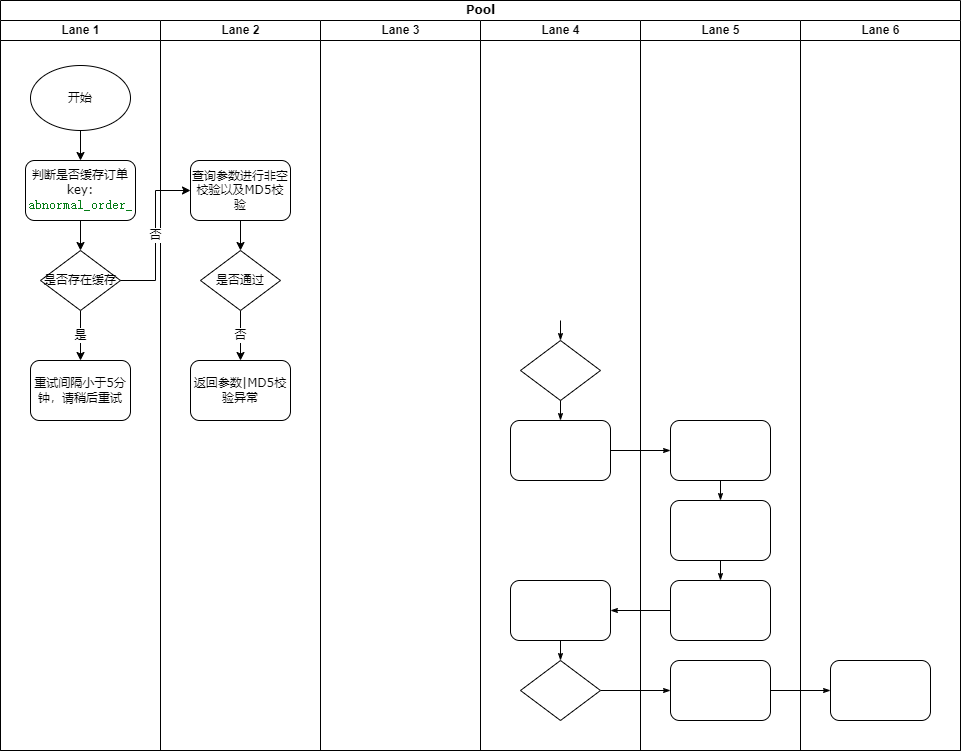
Before: 异常订单手动处理流程.drawio.png, a diagram exported from draw.io (songyibo2019/mydiagrams). Source tidied: cells renumbered, new cells last; positions are measured from the earlier drawing's top-left corner, leaving out a move shared by most shapes.
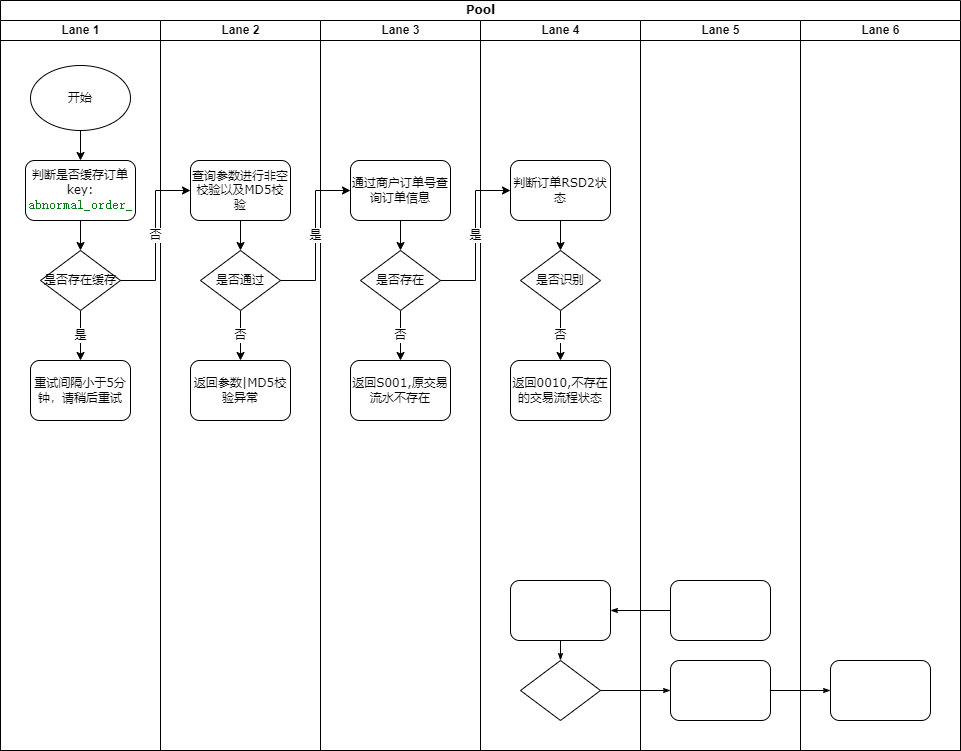
Above is the later version.

Commit message:
Update 异常订单手动处理流程.drawio.png

The edit, as a diff of the source:
```diff
@@ -11,9 +11,6 @@
     <mxCell id="4" style="edgeStyle=orthogonalEdgeStyle;rounded=1;html=1;labelBackgroundColor=none;startArrow=none;startFill=0;startSize=5;endArrow=classicThin;endFill=1;endSize=5;jettySize=auto;strokeWidth=1;fontFamily=Verdana;fontSize=8;" parent="2" edge="1" source="34" target="38">
       <mxGeometry relative="1" as="geometry" />
     </mxCell>
-    <mxCell id="5" style="edgeStyle=orthogonalEdgeStyle;rounded=1;html=1;labelBackgroundColor=none;startArrow=none;startFill=0;startSize=5;endArrow=classicThin;endFill=1;endSize=5;jettySize=auto;strokeWidth=1;fontFamily=Verdana;fontSize=8;" parent="2" edge="1" source="24" target="31">
-      <mxGeometry relative="1" as="geometry" />
-    </mxCell>
     <mxCell id="6" style="edgeStyle=orthogonalEdgeStyle;rounded=1;html=1;labelBackgroundColor=none;startArrow=none;startFill=0;startSize=5;endArrow=classicThin;endFill=1;endSize=5;jettySize=auto;strokeColor=#000000;strokeWidth=1;fontFamily=Verdana;fontSize=8;fontColor=#000000;" parent="2" edge="1" source="33" target="25">
       <mxGeometry relative="1" as="geometry" />
     </mxCell>
@@ -62,53 +59,57 @@
     <mxCell id="21" value="Lane 3" style="swimlane;html=1;startSize=20;" parent="2" vertex="1">
       <mxGeometry x="320" y="20" width="160" height="730" as="geometry" />
     </mxCell>
+    <mxCell id="40" style="edgeStyle=orthogonalEdgeStyle;rounded=0;jettySize=auto;html=1;exitX=0.5;exitY=1;exitDx=0;exitDy=0;entryX=0.5;entryY=0;entryDx=0;entryDy=0;fontSize=11;" parent="21" edge="1" source="41" target="43">
+      <mxGeometry relative="1" as="geometry" />
+    </mxCell>
+    <mxCell id="41" value="&lt;span style=&quot;font-size: 8px&quot;&gt;通过商户订单号查询订单信息&lt;/span&gt;" style="rounded=1;whiteSpace=wrap;html=1;shadow=0;labelBackgroundColor=none;strokeWidth=1;fontFamily=Verdana;fontSize=8;align=center;" parent="21" vertex="1">
+      <mxGeometry x="30" y="140" width="100" height="60" as="geometry" />
+    </mxCell>
+    <mxCell id="42" value="否" style="edgeStyle=orthogonalEdgeStyle;rounded=0;jettySize=auto;html=1;exitX=0.5;exitY=1;exitDx=0;exitDy=0;entryX=0.5;entryY=0;entryDx=0;entryDy=0;fontSize=11;" parent="21" edge="1" source="43" target="44">
+      <mxGeometry relative="1" as="geometry" />
+    </mxCell>
+    <mxCell id="43" value="&lt;span style=&quot;font-size: 11px&quot;&gt;是否存在&lt;/span&gt;" style="rhombus;whiteSpace=wrap;html=1;rounded=0;shadow=0;labelBackgroundColor=none;strokeWidth=1;fontFamily=Verdana;fontSize=8;align=center;" parent="21" vertex="1">
+      <mxGeometry x="40" y="230" width="80" height="60" as="geometry" />
+    </mxCell>
+    <mxCell id="44" value="返回S001,原交易流水不存在" style="rounded=1;whiteSpace=wrap;html=1;shadow=0;labelBackgroundColor=none;strokeWidth=1;fontFamily=Verdana;fontSize=8;align=center;" parent="21" vertex="1">
+      <mxGeometry x="30" y="340" width="100" height="60" as="geometry" />
+    </mxCell>
     <mxCell id="22" value="Lane 4" style="swimlane;html=1;startSize=20;" parent="2" vertex="1">
       <mxGeometry x="480" y="20" width="160" height="730" as="geometry" />
     </mxCell>
-    <mxCell id="23" style="rhombus;whiteSpace=wrap;html=1;rounded=0;shadow=0;labelBackgroundColor=none;strokeWidth=1;fontFamily=Verdana;fontSize=8;align=center;" parent="22" vertex="1">
-      <mxGeometry x="40" y="320" width="80" height="60" as="geometry" />
-    </mxCell>
-    <mxCell id="24" style="rounded=1;whiteSpace=wrap;html=1;shadow=0;labelBackgroundColor=none;strokeWidth=1;fontFamily=Verdana;fontSize=8;align=center;" parent="22" vertex="1">
-      <mxGeometry x="30" y="400" width="100" height="60" as="geometry" />
-    </mxCell>
     <mxCell id="25" style="rounded=1;whiteSpace=wrap;html=1;shadow=0;labelBackgroundColor=none;strokeWidth=1;fontFamily=Verdana;fontSize=8;align=center;" parent="22" vertex="1">
       <mxGeometry x="30" y="560" width="100" height="60" as="geometry" />
     </mxCell>
     <mxCell id="26" style="rhombus;whiteSpace=wrap;html=1;rounded=0;shadow=0;labelBackgroundColor=none;strokeWidth=1;fontFamily=Verdana;fontSize=8;align=center;" parent="22" vertex="1">
       <mxGeometry x="40" y="640" width="80" height="60" as="geometry" />
     </mxCell>
-    <mxCell id="27" style="edgeStyle=orthogonalEdgeStyle;rounded=1;html=1;labelBackgroundColor=none;startArrow=none;startFill=0;startSize=5;endArrow=classicThin;endFill=1;endSize=5;jettySize=auto;strokeColor=#000000;strokeWidth=1;fontFamily=Verdana;fontSize=8;fontColor=#000000;" parent="22" edge="1" target="23">
-      <mxGeometry relative="1" as="geometry">
-        <mxPoint x="80" y="300" as="sourcePoint" />
-      </mxGeometry>
-    </mxCell>
-    <mxCell id="28" style="edgeStyle=orthogonalEdgeStyle;rounded=1;html=1;labelBackgroundColor=none;startArrow=none;startFill=0;startSize=5;endArrow=classicThin;endFill=1;endSize=5;jettySize=auto;strokeWidth=1;fontFamily=Verdana;fontSize=8;" parent="22" edge="1" source="23" target="24">
-      <mxGeometry relative="1" as="geometry" />
-    </mxCell>
     <mxCell id="29" style="edgeStyle=orthogonalEdgeStyle;rounded=1;html=1;labelBackgroundColor=none;startArrow=none;startFill=0;startSize=5;endArrow=classicThin;endFill=1;endSize=5;jettySize=auto;strokeWidth=1;fontFamily=Verdana;fontSize=8;" parent="22" edge="1" source="25" target="26">
       <mxGeometry relative="1" as="geometry" />
     </mxCell>
+    <mxCell id="45" style="edgeStyle=orthogonalEdgeStyle;rounded=0;jettySize=auto;html=1;exitX=0.5;exitY=1;exitDx=0;exitDy=0;entryX=0.5;entryY=0;entryDx=0;entryDy=0;fontSize=11;" parent="22" edge="1" source="46" target="48">
+      <mxGeometry relative="1" as="geometry" />
+    </mxCell>
+    <mxCell id="46" value="&lt;span style=&quot;font-size: 8px&quot;&gt;判断订单RSD2状态&lt;/span&gt;" style="rounded=1;whiteSpace=wrap;html=1;shadow=0;labelBackgroundColor=none;strokeWidth=1;fontFamily=Verdana;fontSize=8;align=center;" parent="22" vertex="1">
+      <mxGeometry x="30" y="140" width="100" height="60" as="geometry" />
+    </mxCell>
+    <mxCell id="47" value="否" style="edgeStyle=orthogonalEdgeStyle;rounded=0;jettySize=auto;html=1;exitX=0.5;exitY=1;exitDx=0;exitDy=0;fontSize=11;" parent="22" edge="1" source="48" target="49">
+      <mxGeometry relative="1" as="geometry" />
+    </mxCell>
+    <mxCell id="48" value="是否识别" style="rhombus;whiteSpace=wrap;html=1;rounded=0;shadow=0;labelBackgroundColor=none;strokeWidth=1;fontFamily=Verdana;fontSize=8;align=center;" parent="22" vertex="1">
+      <mxGeometry x="40" y="230" width="80" height="60" as="geometry" />
+    </mxCell>
+    <mxCell id="49" value="返回0010,不存在的交易流程状态" style="rounded=1;whiteSpace=wrap;html=1;shadow=0;labelBackgroundColor=none;strokeWidth=1;fontFamily=Verdana;fontSize=8;align=center;" parent="22" vertex="1">
+      <mxGeometry x="30" y="340" width="100" height="60" as="geometry" />
+    </mxCell>
     <mxCell id="30" value="Lane 5" style="swimlane;html=1;startSize=20;" parent="2" vertex="1">
       <mxGeometry x="640" y="20" width="160" height="730" as="geometry" />
     </mxCell>
-    <mxCell id="31" style="rounded=1;whiteSpace=wrap;html=1;shadow=0;labelBackgroundColor=none;strokeWidth=1;fontFamily=Verdana;fontSize=8;align=center;" parent="30" vertex="1">
-      <mxGeometry x="30" y="400" width="100" height="60" as="geometry" />
-    </mxCell>
-    <mxCell id="32" style="rounded=1;whiteSpace=wrap;html=1;shadow=0;labelBackgroundColor=none;strokeWidth=1;fontFamily=Verdana;fontSize=8;align=center;" parent="30" vertex="1">
-      <mxGeometry x="30" y="480" width="100" height="60" as="geometry" />
-    </mxCell>
     <mxCell id="33" style="rounded=1;whiteSpace=wrap;html=1;shadow=0;labelBackgroundColor=none;strokeWidth=1;fontFamily=Verdana;fontSize=8;align=center;" parent="30" vertex="1">
       <mxGeometry x="30" y="560" width="100" height="60" as="geometry" />
     </mxCell>
     <mxCell id="34" style="rounded=1;whiteSpace=wrap;html=1;shadow=0;labelBackgroundColor=none;strokeWidth=1;fontFamily=Verdana;fontSize=8;align=center;" parent="30" vertex="1">
       <mxGeometry x="30" y="640" width="100" height="60" as="geometry" />
     </mxCell>
-    <mxCell id="35" style="edgeStyle=orthogonalEdgeStyle;rounded=1;html=1;labelBackgroundColor=none;startArrow=none;startFill=0;startSize=5;endArrow=classicThin;endFill=1;endSize=5;jettySize=auto;strokeWidth=1;fontFamily=Verdana;fontSize=8;" parent="30" edge="1" source="31" target="32">
-      <mxGeometry relative="1" as="geometry" />
-    </mxCell>
-    <mxCell id="36" style="edgeStyle=orthogonalEdgeStyle;rounded=1;html=1;labelBackgroundColor=none;startArrow=none;startFill=0;startSize=5;endArrow=classicThin;endFill=1;endSize=5;jettySize=auto;strokeWidth=1;fontFamily=Verdana;fontSize=8;" parent="30" edge="1" source="32" target="33">
-      <mxGeometry relative="1" as="geometry" />
-    </mxCell>
     <mxCell id="37" value="Lane 6" style="swimlane;html=1;startSize=20;" parent="2" vertex="1">
       <mxGeometry x="800" y="20" width="160" height="730" as="geometry" />
     </mxCell>
@@ -118,5 +119,11 @@
     <mxCell id="39" value="否" style="edgeStyle=orthogonalEdgeStyle;rounded=0;jettySize=auto;html=1;exitX=1;exitY=0.5;exitDx=0;exitDy=0;entryX=0;entryY=0.5;entryDx=0;entryDy=0;fontSize=11;" parent="2" edge="1" source="13" target="17">
       <mxGeometry relative="1" as="geometry" />
     </mxCell>
+    <mxCell id="50" value="是" style="edgeStyle=orthogonalEdgeStyle;rounded=0;jettySize=auto;html=1;exitX=1;exitY=0.5;exitDx=0;exitDy=0;entryX=0;entryY=0.5;entryDx=0;entryDy=0;fontSize=11;" parent="2" edge="1" source="19" target="41">
+      <mxGeometry relative="1" as="geometry" />
+    </mxCell>
+    <mxCell id="51" value="是" style="edgeStyle=orthogonalEdgeStyle;rounded=0;jettySize=auto;html=1;exitX=1;exitY=0.5;exitDx=0;exitDy=0;entryX=0;entryY=0.5;entryDx=0;entryDy=0;fontSize=11;" parent="2" edge="1" source="43" target="46">
+      <mxGeometry relative="1" as="geometry" />
+    </mxCell>
   </root>
 </mxGraphModel>
```
